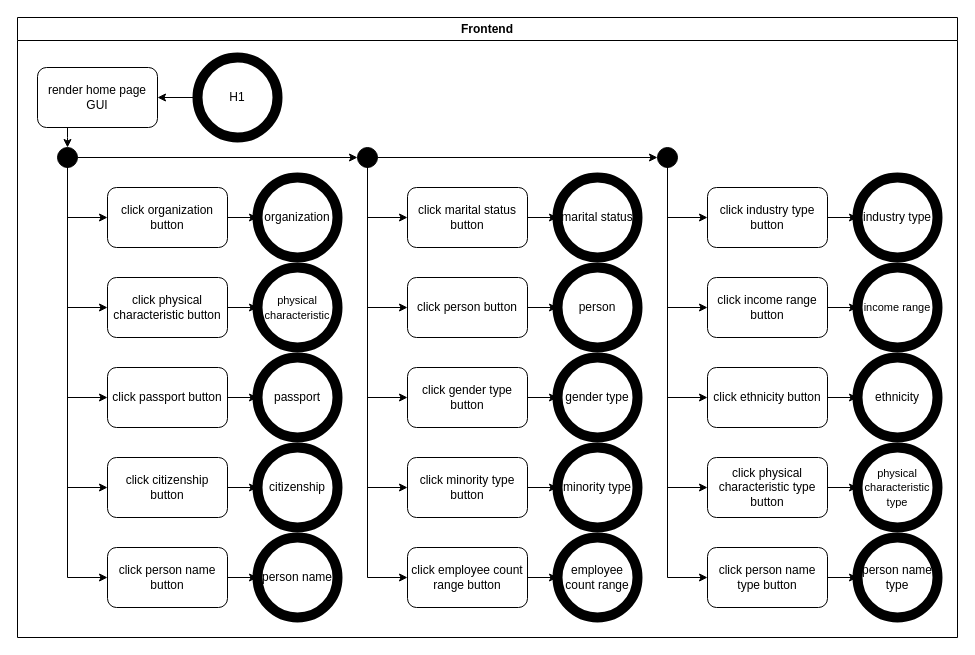
ssszZ-TH/party_fullstack_docker3 keeps this draw.io diagram as page "home 2" (5 of 7) of docs/artifact/ActivityDiagram/activity_diagram.drawio. Above is the earlier version. Source tidied: cells renumbered, new cells numbered last; positions are measured from the earlier drawing's top-left corner, leaving out a move shared by most shapes. Both pictures are drawn from the tidied source at 100%, with x=0, y=0 at pixel (17, 17).
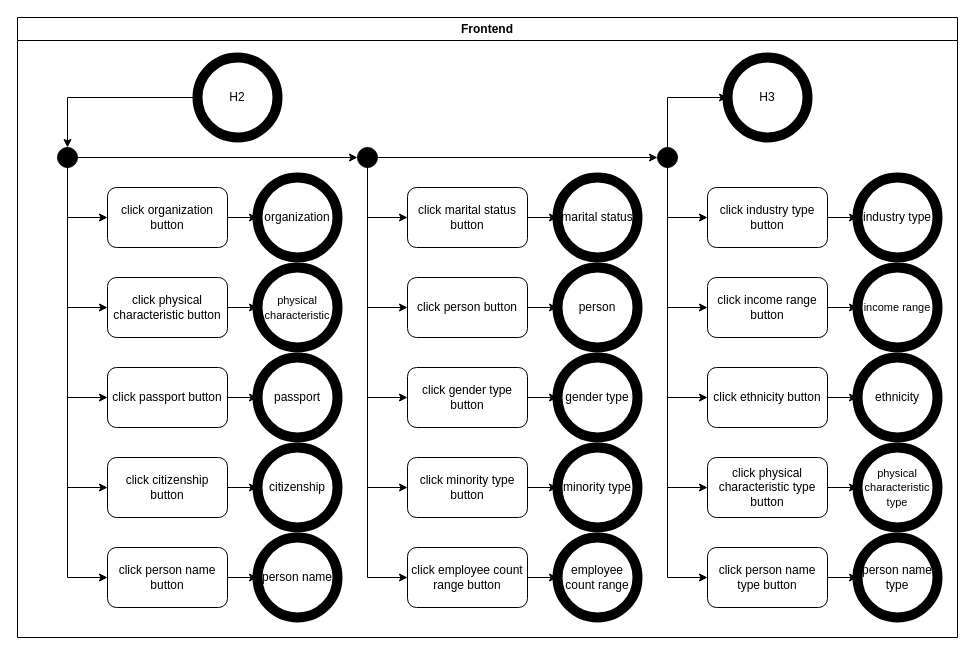
The same diagram, later.

Commit message (it also covers changes not shown here):
docs home page activity diagram  fin

The change refers to these unchanged cells:
```xml
<mxCell id="2" value="Frontend" style="swimlane;whiteSpace=wrap;html=1;" parent="1" vertex="1">
  <mxGeometry width="940" height="620" as="geometry" />
</mxCell>
<mxCell id="28" style="ellipse;whiteSpace=wrap;html=1;fillColor=#000000;" parent="2" vertex="1">
  <mxGeometry x="40" y="130" width="20" height="20" as="geometry" />
</mxCell>
<mxCell id="71" style="ellipse;whiteSpace=wrap;html=1;fillColor=#000000;" parent="2" vertex="1">
  <mxGeometry x="640" y="130" width="20" height="20" as="geometry" />
</mxCell>
```

The edit, as a diff of the source:
```diff
@@
-    <mxCell id="3" style="edgeStyle=orthogonalEdgeStyle;rounded=0;jettySize=auto;html=1;" parent="2" edge="1" source="4" target="21">
+    <mxCell id="3" style="edgeStyle=orthogonalEdgeStyle;rounded=0;jettySize=auto;html=1;" parent="2" edge="1" source="4" target="28">
       <mxGeometry relative="1" as="geometry" />
     </mxCell>
-    <mxCell id="4" value="H1" style="ellipse;whiteSpace=wrap;html=1;strokeWidth=10;" parent="2" vertex="1">
+    <mxCell id="4" value="H2" style="ellipse;whiteSpace=wrap;html=1;strokeWidth=10;" parent="2" vertex="1">
       <mxGeometry x="180" y="40" width="80" height="80" as="geometry" />
     </mxCell>
@@
-    <mxCell id="20" style="edgeStyle=orthogonalEdgeStyle;rounded=0;jettySize=auto;html=1;entryX=0.5;entryY=0;entryDx=0;entryDy=0;" parent="2" edge="1" source="21" target="28">
-      <mxGeometry relative="1" as="geometry">
-        <Array as="points">
-          <mxPoint x="50" y="120" />
-          <mxPoint x="50" y="120" />
-        </Array>
-      </mxGeometry>
-    </mxCell>
-    <mxCell id="21" value="render home page GUI" style="rounded=1;whiteSpace=wrap;html=1;" parent="2" vertex="1">
-      <mxGeometry x="20" y="50" width="120" height="60" as="geometry" />
-    </mxCell>
@@
+    <mxCell id="72" style="edgeStyle=orthogonalEdgeStyle;rounded=0;jettySize=auto;html=1;" parent="2" edge="1" source="71" target="73">
+      <mxGeometry relative="1" as="geometry">
+        <Array as="points">
+          <mxPoint x="650" y="80" />
+        </Array>
+      </mxGeometry>
+    </mxCell>
@@
+    <mxCell id="73" value="H3" style="ellipse;whiteSpace=wrap;html=1;strokeWidth=10;" parent="2" vertex="1">
+      <mxGeometry x="710" y="40" width="80" height="80" as="geometry" />
+    </mxCell>
```
